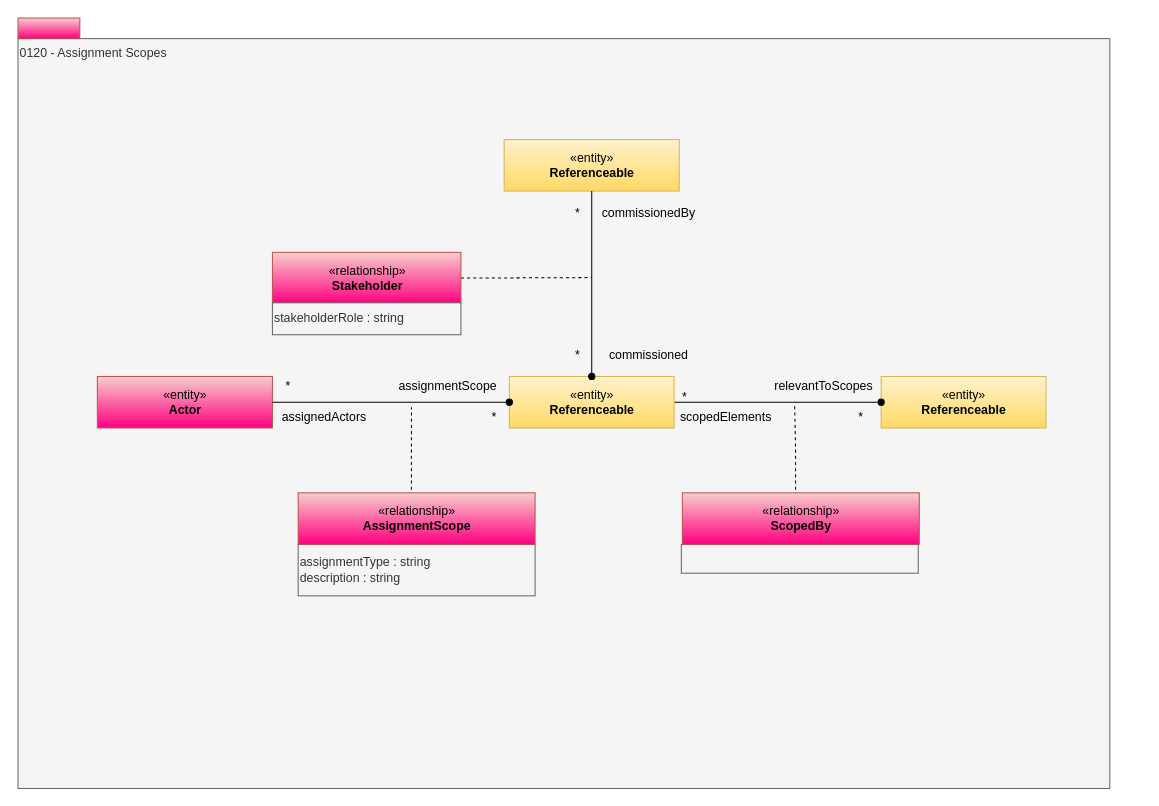
This is page "0120-Assignment-Scopes" (9 of 16) of site/docs/types/1/area-1-collaboration.drawio from odpi/egeria-docs, a draw.io file, before an edit. Source tidied: cells renumbered, new cells numbered last; positions are measured from the earlier drawing's top-left corner, leaving out a move shared by most shapes. Both pictures are drawn from the tidied source at 103%, with x=0, y=0 at pixel (18, 18).
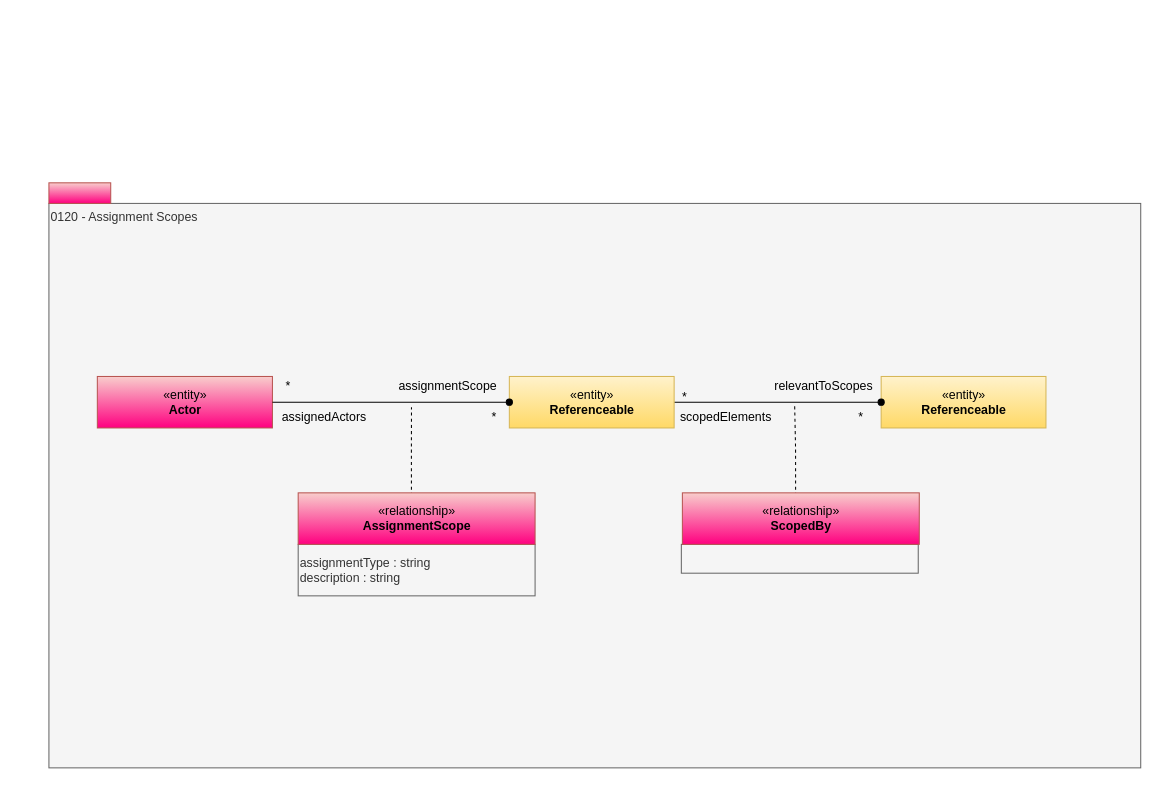
Above is the later version.

Unchanged cells that the change refers to:
```xml
<mxCell id="27" value="«entity»&lt;br&gt;&lt;b&gt;Referenceable&lt;/b&gt;" style="html=1;strokeColor=#d6b656;align=center;fillColor=#fff2cc;gradientColor=#ffd966;" parent="1" vertex="1">
  <mxGeometry x="477" y="348" width="160" height="50" as="geometry" />
</mxCell>
```

What changed in the source:
```diff
@@
     <mxCell id="2" value="0120 - Assignment Scopes" style="rounded=0;whiteSpace=wrap;html=1;align=left;verticalAlign=top;fillColor=#f5f5f5;fontColor=#333333;strokeColor=#666666;" parent="1" vertex="1">
-      <mxGeometry y="20" width="1060" height="728" as="geometry" />
+      <mxGeometry x="30" y="180" width="1060" height="548" as="geometry" />
     </mxCell>
     <mxCell id="3" style="html=1;strokeColor=#b85450;align=center;fillColor=#f8cecc;gradientColor=#FF0080;" parent="1" vertex="1">
-      <mxGeometry width="60" height="20" as="geometry" />
+      <mxGeometry x="30" y="160" width="60" height="20" as="geometry" />
     </mxCell>
@@
-    <mxCell id="11" value="«entity»&lt;br&gt;&lt;b&gt;Referenceable&lt;/b&gt;" style="html=1;strokeColor=#d6b656;align=center;fillColor=#fff2cc;gradientColor=#ffd966;" parent="1" vertex="1">
-      <mxGeometry x="472" y="118" width="170" height="50" as="geometry" />
-    </mxCell>
-    <mxCell id="12" style="edgeStyle=orthogonalEdgeStyle;rounded=0;html=1;exitX=1;exitY=0.5;endArrow=none;endFill=0;jettySize=auto;dashed=1;exitDx=0;exitDy=0;" parent="1" edge="1" source="13">
-      <mxGeometry relative="1" as="geometry">
-        <mxPoint x="557" y="252" as="targetPoint" />
-      </mxGeometry>
-    </mxCell>
-    <mxCell id="13" value="«relationship»&lt;br&gt;&lt;b&gt;Stakeholder&lt;/b&gt;" style="html=1;strokeColor=#b85450;align=center;fillColor=#f8cecc;gradientColor=#FF0080;" parent="1" vertex="1">
-      <mxGeometry x="247" y="227.5" width="183" height="50" as="geometry" />
-    </mxCell>
-    <mxCell id="14" value="stakeholderRole : string" style="rounded=0;whiteSpace=wrap;html=1;strokeColor=#666666;align=left;fillColor=#f5f5f5;fontColor=#333333;" parent="1" vertex="1">
-      <mxGeometry x="247" y="276.5" width="183" height="31" as="geometry" />
-    </mxCell>
-    <mxCell id="15" value="commissioned" style="text;html=1;align=center;verticalAlign=middle;strokeColor=none;fillColor=none;" parent="1" vertex="1">
-      <mxGeometry x="567" y="318" width="90" height="20" as="geometry" />
-    </mxCell>
-    <mxCell id="16" value="commissionedBy" style="text;html=1;align=center;verticalAlign=middle;strokeColor=none;fillColor=none;" parent="1" vertex="1">
-      <mxGeometry x="557" y="180" width="110" height="20" as="geometry" />
-    </mxCell>
-    <mxCell id="17" value="*" style="text;html=1;align=center;verticalAlign=middle;strokeColor=none;fillColor=none;" parent="1" vertex="1">
-      <mxGeometry x="533" y="318" width="20" height="20" as="geometry" />
-    </mxCell>
-    <mxCell id="18" value="*" style="text;html=1;align=center;verticalAlign=middle;strokeColor=none;fillColor=none;" parent="1" vertex="1">
-      <mxGeometry x="533" y="180" width="20" height="20" as="geometry" />
-    </mxCell>
@@
-    <mxCell id="31" style="edgeStyle=orthogonalEdgeStyle;rounded=0;jettySize=auto;html=1;entryX=0.5;entryY=0;entryDx=0;entryDy=0;startArrow=none;startFill=0;endArrow=oval;endFill=1;exitX=0.5;exitY=1;exitDx=0;exitDy=0;" parent="1" edge="1" source="11" target="27">
-      <mxGeometry relative="1" as="geometry" />
-    </mxCell>
```
